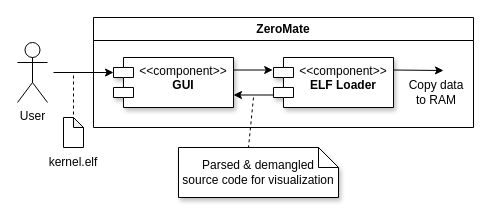
silhavyj/ZeroMate keeps this draw.io diagram as docs/diagrams/elf_loader/elf_diagram_2.drawio. Above is the earlier version. Source tidied: cells renumbered, new cells numbered last; positions are measured from the earlier drawing's top-left corner, leaving out a move shared by most shapes. Both pictures are drawn from the tidied source at 100%, with x=0, y=0 at pixel (17, 17).
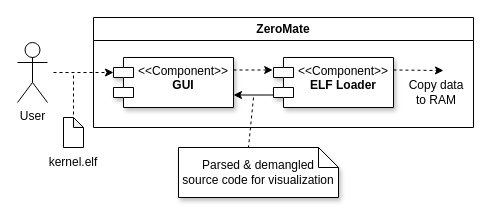
The same page after the edit.

Change to the diagram source:
```diff
@@
 <mxGraphModel>
   <root>
     <mxCell id="0" />
     <mxCell id="1" parent="0" />
     <mxCell id="2" value="ZeroMate" style="swimlane;whiteSpace=wrap;html=1;fontFamily=Computer Modern;" parent="1" vertex="1">
       <mxGeometry x="76" width="380" height="110" as="geometry" />
     </mxCell>
-    <mxCell id="3" style="edgeStyle=orthogonalEdgeStyle;rounded=0;jettySize=auto;html=1;exitX=1;exitY=0.25;exitDx=0;exitDy=0;entryX=-0.007;entryY=0.248;entryDx=0;entryDy=0;entryPerimeter=0;" parent="2" edge="1" source="4" target="5">
+    <mxCell id="3" style="edgeStyle=orthogonalEdgeStyle;rounded=0;jettySize=auto;html=1;exitX=1;exitY=0.25;exitDx=0;exitDy=0;entryX=-0.007;entryY=0.248;entryDx=0;entryDy=0;entryPerimeter=0;dashed=1;" parent="2" edge="1" source="4" target="5">
       <mxGeometry relative="1" as="geometry" />
     </mxCell>
-    <mxCell id="4" value="&amp;lt;&amp;lt;component&amp;gt;&amp;gt;&lt;br&gt;&lt;b&gt;GUI&lt;/b&gt;" style="shape=module;align=left;spacingLeft=20;align=center;verticalAlign=top;whiteSpace=wrap;html=1;shadow=1;fontFamily=Computer Modern;" parent="2" vertex="1">
+    <mxCell id="4" value="&amp;lt;&amp;lt;Component&amp;gt;&amp;gt;&lt;br&gt;&lt;b&gt;GUI&lt;/b&gt;" style="shape=module;align=left;spacingLeft=20;align=center;verticalAlign=top;whiteSpace=wrap;html=1;shadow=1;fontFamily=Computer Modern;" parent="2" vertex="1">
       <mxGeometry x="20" y="40" width="120" height="50" as="geometry" />
     </mxCell>
-    <mxCell id="5" value="&amp;lt;&amp;lt;component&amp;gt;&amp;gt;&lt;br&gt;&lt;b&gt;ELF Loader&lt;/b&gt;" style="shape=module;align=left;spacingLeft=20;align=center;verticalAlign=top;whiteSpace=wrap;html=1;shadow=1;fontFamily=Computer Modern;" parent="2" vertex="1">
+    <mxCell id="5" value="&amp;lt;&amp;lt;Component&amp;gt;&amp;gt;&lt;br&gt;&lt;b&gt;ELF Loader&lt;/b&gt;" style="shape=module;align=left;spacingLeft=20;align=center;verticalAlign=top;whiteSpace=wrap;html=1;shadow=1;fontFamily=Computer Modern;" parent="2" vertex="1">
       <mxGeometry x="180" y="40" width="120" height="50" as="geometry" />
     </mxCell>
     <mxCell id="6" style="edgeStyle=orthogonalEdgeStyle;rounded=0;jettySize=auto;html=1;exitX=0;exitY=0.75;exitDx=0;exitDy=0;entryX=1;entryY=0.75;entryDx=0;entryDy=0;exitPerimeter=0;" parent="2" edge="1" source="5" target="4">
       <mxGeometry relative="1" as="geometry" />
     </mxCell>
-    <mxCell id="7" style="endArrow=classic;html=1;rounded=0;exitX=1;exitY=0.25;exitDx=0;exitDy=0;" parent="2" edge="1" source="5">
+    <mxCell id="7" style="endArrow=classic;html=1;rounded=0;exitX=1;exitY=0.25;exitDx=0;exitDy=0;dashed=1;" parent="2" edge="1" source="5">
       <mxGeometry relative="1" as="geometry">
         <mxPoint x="350" y="53" as="targetPoint" />
       </mxGeometry>
     </mxCell>
     <mxCell id="8" value="Copy data to RAM" style="text;html=1;strokeColor=none;fillColor=none;align=center;verticalAlign=middle;whiteSpace=wrap;rounded=0;fontFamily=Computer Modern;" parent="2" vertex="1">
       <mxGeometry x="313" y="60" width="60" height="30" as="geometry" />
     </mxCell>
     <mxCell id="9" value="User" style="shape=umlActor;verticalLabelPosition=bottom;verticalAlign=top;html=1;fontFamily=Computer Modern;" parent="1" vertex="1">
       <mxGeometry y="25" width="30" height="60" as="geometry" />
     </mxCell>
     <mxCell id="10" value="Parsed &amp;amp; demangled &lt;br&gt;source code for visualization" style="shape=note;size=20;whiteSpace=wrap;html=1;shadow=1;fontFamily=Computer Modern;" parent="1" vertex="1">
       <mxGeometry x="161" y="130" width="160" height="50" as="geometry" />
     </mxCell>
-    <mxCell id="11" style="endArrow=classic;html=1;rounded=0;entryX=0;entryY=0;entryDx=0;entryDy=15;entryPerimeter=0;" parent="1" edge="1" target="4">
+    <mxCell id="11" style="endArrow=classic;html=1;rounded=0;entryX=0;entryY=0;entryDx=0;entryDy=15;entryPerimeter=0;dashed=1;" parent="1" edge="1" target="4">
       <mxGeometry relative="1" as="geometry">
         <mxPoint x="36" y="55" as="sourcePoint" />
       </mxGeometry>
     </mxCell>
     <mxCell id="12" style="endArrow=none;dashed=1;html=1;rounded=0;entryX=0;entryY=0;entryDx=70;entryDy=0;entryPerimeter=0;" parent="1" edge="1" target="10">
       <mxGeometry relative="1" as="geometry">
         <mxPoint x="236" y="80" as="sourcePoint" />
       </mxGeometry>
     </mxCell>
     <mxCell id="13" style="shape=note;whiteSpace=wrap;html=1;backgroundOutline=1;darkOpacity=0.05;size=10;" parent="1" vertex="1">
       <mxGeometry x="46" y="100" width="20" height="30" as="geometry" />
     </mxCell>
     <mxCell id="14" value="kernel.elf" style="text;html=1;strokeColor=none;fillColor=none;align=center;verticalAlign=middle;whiteSpace=wrap;rounded=0;fontFamily=Computer Modern;" parent="1" vertex="1">
       <mxGeometry x="26" y="130" width="60" height="30" as="geometry" />
     </mxCell>
     <mxCell id="15" style="endArrow=none;dashed=1;html=1;rounded=0;exitX=0;exitY=0;exitDx=10;exitDy=0;exitPerimeter=0;" parent="1" edge="1">
       <mxGeometry relative="1" as="geometry">
         <mxPoint x="56" y="97" as="sourcePoint" />
         <mxPoint x="56" y="57" as="targetPoint" />
       </mxGeometry>
     </mxCell>
   </root>
 </mxGraphModel>
```
